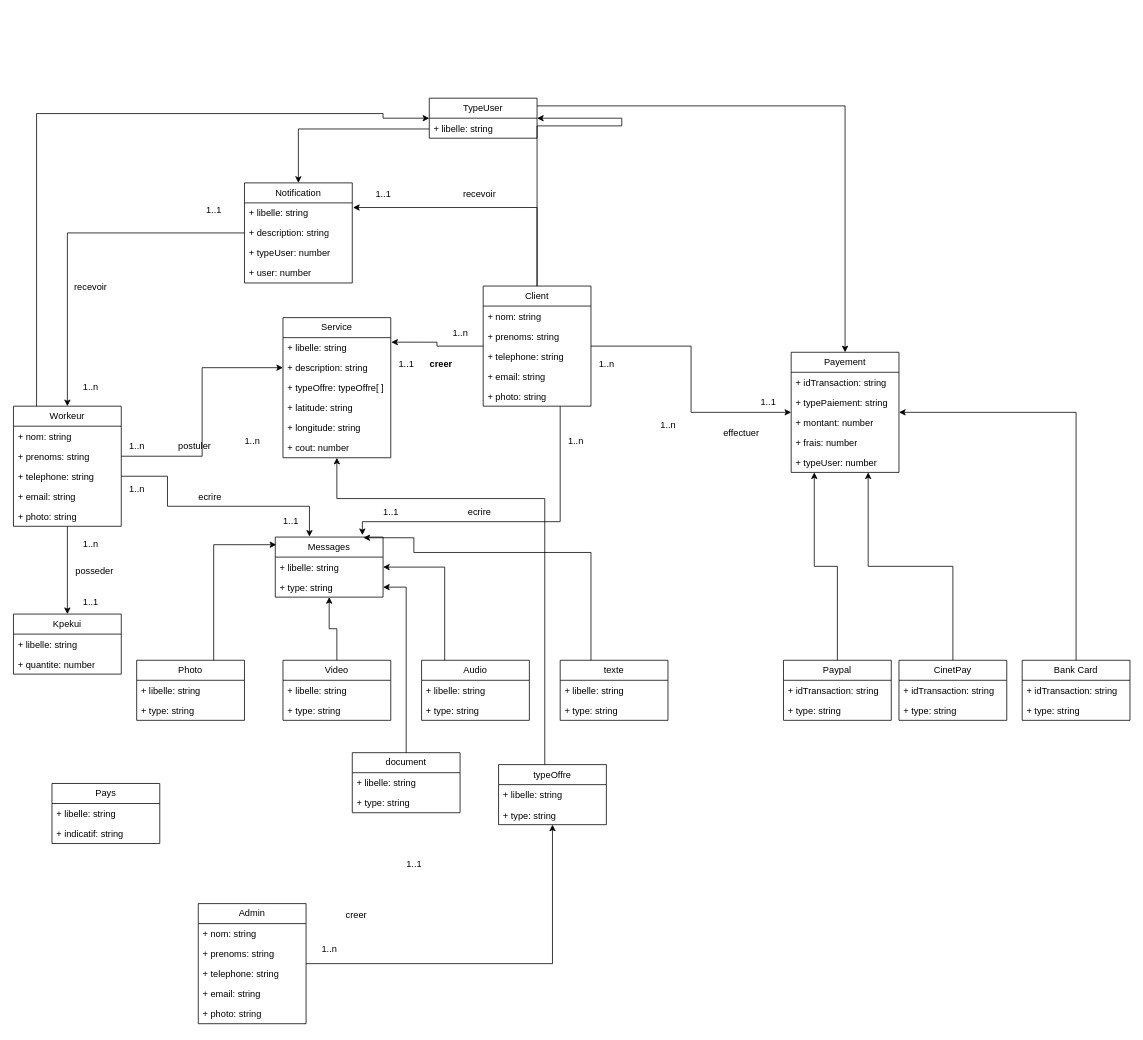
Above: Diagramme sans nom.drawio in bekmarc/segbaya (draw.io), before the change. Source tidied: cells renumbered, new cells numbered last; positions are measured from the earlier drawing's top-left corner, leaving out a move shared by most shapes. Both pictures are drawn from the tidied source at 77%, with x=0, y=0 at pixel (13, 98).
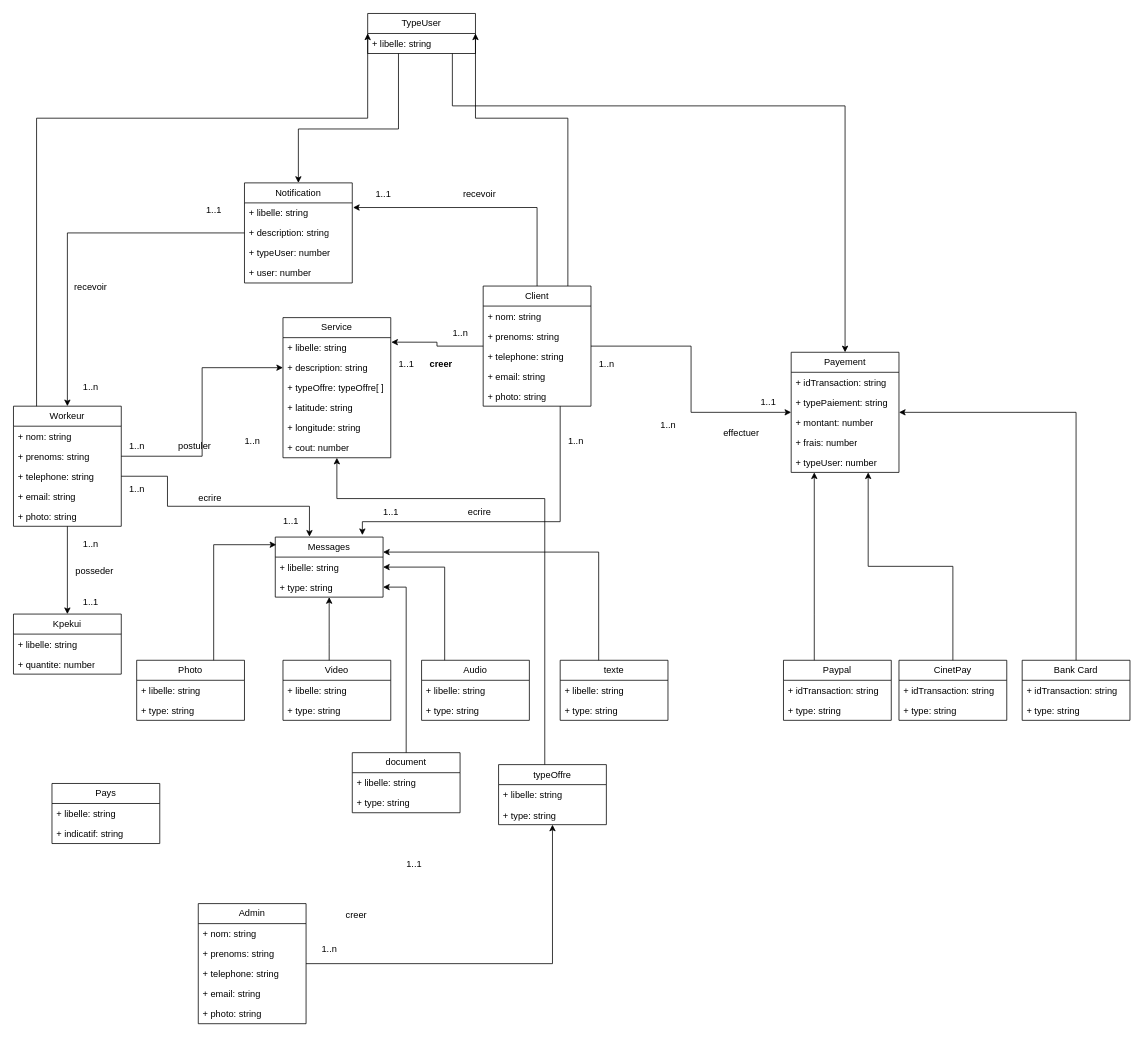
After the change.

Commit message:
Mettre à jour Diagramme sans nom.drawio

The change refers to these unchanged cells:
```xml
<mxCell id="4" value="Workeur" style="swimlane;fontStyle=0;horizontal=1;startSize=26;fillColor=none;whiteSpace=wrap;html=1;" parent="1" vertex="1">
  <mxGeometry y="400" width="140" height="156" as="geometry" />
</mxCell>
<mxCell id="26" value="Client" style="swimlane;fontStyle=0;horizontal=1;startSize=26;fillColor=none;whiteSpace=wrap;html=1;" parent="1" vertex="1">
  <mxGeometry x="610" y="244" width="140" height="156" as="geometry" />
</mxCell>
<mxCell id="35" value="Messages" style="swimlane;fontStyle=0;horizontal=1;startSize=26;fillColor=none;whiteSpace=wrap;html=1;" parent="1" vertex="1">
  <mxGeometry x="340" y="570" width="140" height="78" as="geometry" />
</mxCell>
<mxCell id="43" value="Video" style="swimlane;fontStyle=0;horizontal=1;startSize=26;fillColor=none;whiteSpace=wrap;html=1;" parent="1" vertex="1">
  <mxGeometry x="350" y="730" width="140" height="78" as="geometry" />
</mxCell>
<mxCell id="51" value="texte" style="swimlane;fontStyle=0;horizontal=1;startSize=26;fillColor=none;whiteSpace=wrap;html=1;" parent="1" vertex="1">
  <mxGeometry x="710" y="730" width="140" height="78" as="geometry" />
</mxCell>
<mxCell id="61" value="Payement" style="swimlane;fontStyle=0;horizontal=1;startSize=26;fillColor=none;whiteSpace=wrap;html=1;" parent="1" vertex="1">
  <mxGeometry x="1010" y="330" width="140" height="156" as="geometry" />
</mxCell>
<mxCell id="68" value="Paypal" style="swimlane;fontStyle=0;horizontal=1;startSize=26;fillColor=none;whiteSpace=wrap;html=1;" parent="1" vertex="1">
  <mxGeometry x="1000" y="730" width="140" height="78" as="geometry" />
</mxCell>
<mxCell id="89" value="Notification" style="swimlane;fontStyle=0;horizontal=1;startSize=26;fillColor=none;whiteSpace=wrap;html=1;" parent="1" vertex="1">
  <mxGeometry x="300" y="110" width="140" height="130" as="geometry" />
</mxCell>
```

Change to the diagram source:
```diff
@@
     <mxCell id="3" style="edgeStyle=orthogonalEdgeStyle;rounded=0;jettySize=auto;html=1;entryX=0;entryY=0.5;entryDx=0;entryDy=0;" parent="1" edge="1" source="4" target="109">
       <mxGeometry relative="1" as="geometry">
         <Array as="points">
-          <mxPoint x="30" y="20" />
-          <mxPoint x="480" y="20" />
+          <mxPoint x="30" y="26" />
         </Array>
       </mxGeometry>
     </mxCell>
@@
     <mxCell id="24" style="edgeStyle=orthogonalEdgeStyle;rounded=0;jettySize=auto;html=1;entryX=1;entryY=0.5;entryDx=0;entryDy=0;" parent="1" edge="1" source="26" target="109">
       <mxGeometry relative="1" as="geometry">
         <Array as="points">
-          <mxPoint x="790" y="36" />
+          <mxPoint x="720" y="26" />
         </Array>
       </mxGeometry>
     </mxCell>
@@
     <mxCell id="42" style="edgeStyle=orthogonalEdgeStyle;rounded=0;jettySize=auto;html=1;" parent="1" edge="1" source="43" target="35">
-      <mxGeometry relative="1" as="geometry" />
+      <mxGeometry relative="1" as="geometry">
+        <Array as="points">
+          <mxPoint x="410" y="710" />
+          <mxPoint x="410" y="710" />
+        </Array>
+      </mxGeometry>
     </mxCell>
@@
-    <mxCell id="50" style="edgeStyle=orthogonalEdgeStyle;rounded=0;jettySize=auto;html=1;entryX=0.818;entryY=0.011;entryDx=0;entryDy=0;entryPerimeter=0;" parent="1" edge="1" source="51" target="35">
+    <mxCell id="50" style="edgeStyle=orthogonalEdgeStyle;rounded=0;jettySize=auto;html=1;entryX=1;entryY=0.25;entryDx=0;entryDy=0;" parent="1" edge="1" source="51" target="35">
       <mxGeometry relative="1" as="geometry">
         <Array as="points">
-          <mxPoint x="750" y="590" />
-          <mxPoint x="520" y="590" />
-          <mxPoint x="520" y="571" />
+          <mxPoint x="760" y="590" />
         </Array>
       </mxGeometry>
     </mxCell>
@@
     <mxCell id="67" style="edgeStyle=orthogonalEdgeStyle;rounded=0;jettySize=auto;html=1;" parent="1" edge="1" source="68" target="61">
       <mxGeometry relative="1" as="geometry">
         <Array as="points">
-          <mxPoint x="1070" y="608" />
-          <mxPoint x="1040" y="608" />
+          <mxPoint x="1040" y="670" />
+          <mxPoint x="1040" y="670" />
         </Array>
       </mxGeometry>
     </mxCell>
@@
     <mxCell id="107" style="edgeStyle=orthogonalEdgeStyle;rounded=0;jettySize=auto;html=1;entryX=0.5;entryY=0;entryDx=0;entryDy=0;" parent="1" edge="1" source="109" target="89">
       <mxGeometry relative="1" as="geometry">
         <Array as="points">
+          <mxPoint x="500" y="40" />
           <mxPoint x="370" y="40" />
         </Array>
       </mxGeometry>
     </mxCell>
     <mxCell id="108" style="edgeStyle=orthogonalEdgeStyle;rounded=0;jettySize=auto;html=1;entryX=0.5;entryY=0;entryDx=0;entryDy=0;" parent="1" edge="1" source="109" target="61">
       <mxGeometry relative="1" as="geometry">
         <Array as="points">
+          <mxPoint x="570" y="10" />
           <mxPoint x="1080" y="10" />
         </Array>
       </mxGeometry>
     </mxCell>
     <mxCell id="109" value="TypeUser" style="swimlane;fontStyle=0;horizontal=1;startSize=26;fillColor=none;whiteSpace=wrap;html=1;" parent="1" vertex="1">
-      <mxGeometry x="540" width="140" height="52" as="geometry" />
+      <mxGeometry x="460" y="-110" width="140" height="52" as="geometry" />
     </mxCell>
```
